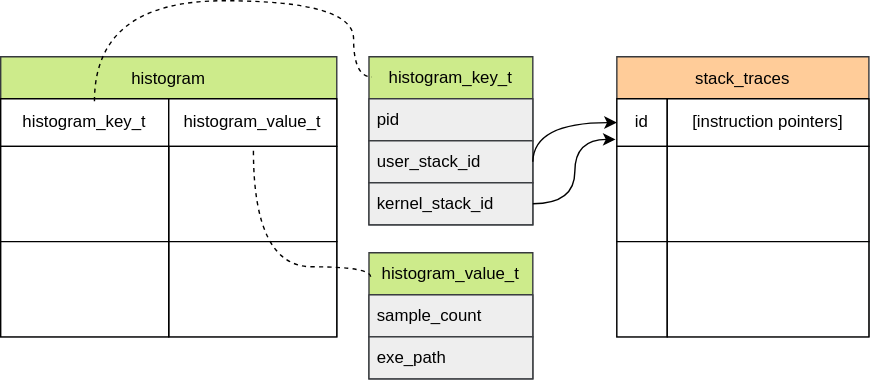
Earlier version of the draw.io export content/images/stack_traces_histogram_structs.svg (maxgio92/notes). Source tidied: cells renumbered, new cells last; positions are measured from the earlier drawing's top-left corner, leaving out a move shared by most shapes.
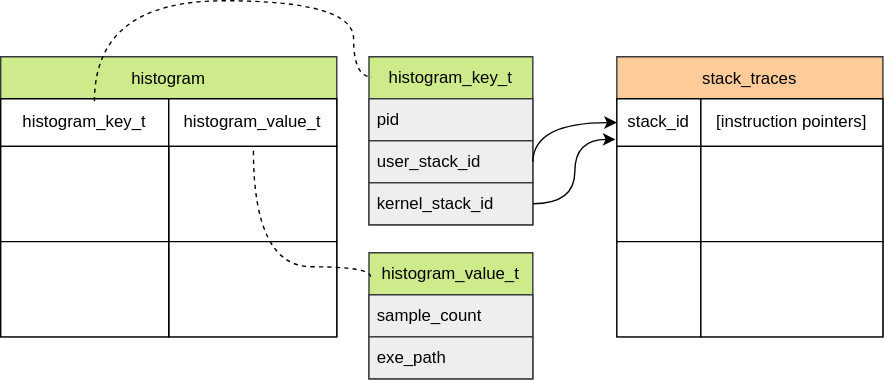
After the commit.

What changed in the source:
```diff
@@ -3,34 +3,34 @@
     <mxCell id="0" />
     <mxCell id="1" parent="0" />
     <mxCell id="2" value="stack_traces" style="shape=table;startSize=30;fixDash=0;strokeColor=#36393d;fillColor=#ffcc99;" parent="1" vertex="1">
-      <mxGeometry x="440" y="40" width="180" height="200" as="geometry" />
+      <mxGeometry x="440" y="40" width="190" height="200" as="geometry" />
     </mxCell>
     <mxCell id="3" style="shape=tableRow;horizontal=0;startSize=0;swimlaneHead=0;swimlaneBody=0;top=0;left=0;bottom=0;right=0;points=[[0,0.5],[1,0.5]];portConstraint=eastwest;snapToPoint=0;fixDash=0;strokeColor=default;" parent="2" vertex="1">
-      <mxGeometry y="30" width="180" height="34" as="geometry" />
+      <mxGeometry y="30" width="190" height="34" as="geometry" />
     </mxCell>
-    <mxCell id="4" value="id" style="shape=partialRectangle;html=1;whiteSpace=wrap;overflow=hidden;top=1;left=1;bottom=1;right=1;fixDash=0;strokeColor=default;" parent="3" vertex="1">
-      <mxGeometry width="36" height="34" as="geometry" />
+    <mxCell id="4" value="stack_id" style="shape=partialRectangle;html=1;whiteSpace=wrap;overflow=hidden;top=1;left=1;bottom=1;right=1;fixDash=0;strokeColor=default;" parent="3" vertex="1">
+      <mxGeometry width="60" height="34" as="geometry" />
     </mxCell>
     <mxCell id="5" value="[instruction pointers]" style="shape=partialRectangle;html=1;whiteSpace=wrap;overflow=hidden;top=1;left=1;bottom=1;right=1;fixDash=0;strokeColor=default;" parent="3" vertex="1">
-      <mxGeometry x="36" width="144" height="34" as="geometry" />
+      <mxGeometry x="60" width="130" height="34" as="geometry" />
     </mxCell>
     <mxCell id="6" style="shape=tableRow;horizontal=0;startSize=0;swimlaneHead=0;swimlaneBody=0;top=0;left=0;bottom=0;right=0;fixDash=0;strokeColor=default;" parent="2" vertex="1">
-      <mxGeometry y="64" width="180" height="68" as="geometry" />
+      <mxGeometry y="64" width="190" height="68" as="geometry" />
     </mxCell>
     <mxCell id="7" style="shape=partialRectangle;html=1;whiteSpace=wrap;overflow=hidden;top=1;left=1;bottom=1;right=1;fixDash=0;strokeColor=default;" parent="6" vertex="1">
-      <mxGeometry width="36" height="68" as="geometry" />
+      <mxGeometry width="60" height="68" as="geometry" />
     </mxCell>
     <mxCell id="8" style="shape=partialRectangle;html=1;whiteSpace=wrap;overflow=hidden;top=1;left=1;bottom=1;right=1;fixDash=0;strokeColor=default;" parent="6" vertex="1">
-      <mxGeometry x="36" width="144" height="68" as="geometry" />
+      <mxGeometry x="60" width="130" height="68" as="geometry" />
     </mxCell>
     <mxCell id="9" style="shape=tableRow;horizontal=0;startSize=0;swimlaneHead=0;swimlaneBody=0;top=0;left=0;bottom=0;right=0;fixDash=0;strokeColor=default;" parent="2" vertex="1">
-      <mxGeometry y="132" width="180" height="68" as="geometry" />
+      <mxGeometry y="132" width="190" height="68" as="geometry" />
     </mxCell>
     <mxCell id="10" style="shape=partialRectangle;html=1;whiteSpace=wrap;overflow=hidden;top=1;left=1;bottom=1;right=1;fixDash=0;strokeColor=default;" parent="9" vertex="1">
-      <mxGeometry width="36" height="68" as="geometry" />
+      <mxGeometry width="60" height="68" as="geometry" />
     </mxCell>
     <mxCell id="11" style="shape=partialRectangle;html=1;whiteSpace=wrap;overflow=hidden;top=1;left=1;bottom=1;right=1;fixDash=0;strokeColor=default;" parent="9" vertex="1">
-      <mxGeometry x="36" width="144" height="68" as="geometry" />
+      <mxGeometry x="60" width="130" height="68" as="geometry" />
     </mxCell>
     <mxCell id="12" value="histogram" style="shape=table;startSize=30;fixDash=0;strokeColor=#36393d;fillColor=#cdeb8b;" parent="1" vertex="1">
       <mxGeometry y="40" width="240" height="200" as="geometry" />
```
